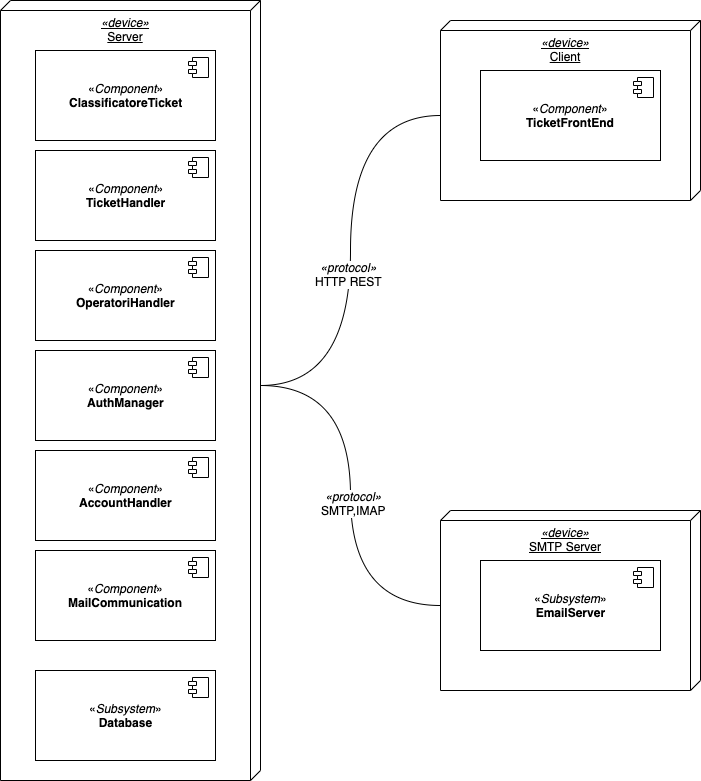
shxdow/aep keeps this draw.io diagram as docs/latex/images/deployment-diagram.png. Above is the earlier version. Source tidied: cells renumbered, new cells last; positions are measured from the earlier drawing's top-left corner, leaving out a move shared by most shapes. The source it was exported from:
```xml
<mxGraphModel>
  <root>
    <mxCell id="0" />
    <mxCell id="1" parent="0" />
    <mxCell id="2" style="edgeStyle=orthogonalEdgeStyle;jettySize=auto;html=1;entryX=0;entryY=0;entryDx=95;entryDy=260;entryPerimeter=0;curved=1;exitX=0;exitY=0;exitDx=385;exitDy=0;exitPerimeter=0;endArrow=none;endFill=0;" parent="1" edge="1" source="6" target="19">
      <mxGeometry relative="1" as="geometry" />
    </mxCell>
    <mxCell id="3" value="&lt;i&gt;«protocol»&lt;/i&gt;&lt;br&gt;HTTP REST" style="text;html=1;align=center;verticalAlign=middle;labelBackgroundColor=#ffffff;" parent="2" vertex="1">
      <mxGeometry x="-0.1" y="3" relative="1" as="geometry" />
    </mxCell>
    <mxCell id="4" style="edgeStyle=orthogonalEdgeStyle;curved=1;jettySize=auto;html=1;exitX=0;exitY=0;exitDx=385;exitDy=0;exitPerimeter=0;entryX=0;entryY=0;entryDx=95;entryDy=260;entryPerimeter=0;endArrow=none;endFill=0;" parent="1" edge="1" source="6" target="22">
      <mxGeometry relative="1" as="geometry" />
    </mxCell>
    <mxCell id="5" value="&lt;i&gt;«protocol»&lt;/i&gt;&lt;br&gt;SMTP,IMAP" style="text;html=1;align=center;verticalAlign=middle;labelBackgroundColor=#ffffff;" parent="4" vertex="1">
      <mxGeometry x="0.04" y="2" relative="1" as="geometry" />
    </mxCell>
    <mxCell id="6" value="&lt;i&gt;«device»&lt;/i&gt;&lt;br&gt;Server" style="verticalAlign=top;align=center;spacingTop=8;spacingLeft=2;spacingRight=12;shape=cube;size=10;direction=south;fontStyle=4;html=1;" parent="1" vertex="1">
      <mxGeometry width="260" height="780" as="geometry" />
    </mxCell>
    <mxCell id="7" value="«&lt;i&gt;Component&lt;/i&gt;»&lt;br&gt;&lt;b&gt;AuthManager&lt;/b&gt;" style="html=1;" parent="1" vertex="1">
      <mxGeometry x="35" y="350" width="180" height="90" as="geometry" />
    </mxCell>
    <mxCell id="8" style="shape=component;jettyWidth=8;jettyHeight=4;" parent="7" vertex="1">
      <mxGeometry x="1" width="20" height="20" relative="1" as="geometry">
        <mxPoint x="-27" y="7" as="offset" />
      </mxGeometry>
    </mxCell>
    <mxCell id="9" value="«&lt;i&gt;Component&lt;/i&gt;»&lt;br&gt;&lt;b&gt;TicketHandler&lt;/b&gt;" style="html=1;" parent="1" vertex="1">
      <mxGeometry x="35" y="150" width="180" height="90" as="geometry" />
    </mxCell>
    <mxCell id="10" style="shape=component;jettyWidth=8;jettyHeight=4;" parent="9" vertex="1">
      <mxGeometry x="1" width="20" height="20" relative="1" as="geometry">
        <mxPoint x="-27" y="7" as="offset" />
      </mxGeometry>
    </mxCell>
    <mxCell id="11" value="«&lt;i&gt;Component&lt;/i&gt;»&lt;br&gt;&lt;b&gt;OperatoriHandler&lt;/b&gt;" style="html=1;" parent="1" vertex="1">
      <mxGeometry x="35" y="250" width="180" height="90" as="geometry" />
    </mxCell>
    <mxCell id="12" style="shape=component;jettyWidth=8;jettyHeight=4;" parent="11" vertex="1">
      <mxGeometry x="1" width="20" height="20" relative="1" as="geometry">
        <mxPoint x="-27" y="7" as="offset" />
      </mxGeometry>
    </mxCell>
    <mxCell id="13" value="«&lt;i&gt;Component&lt;/i&gt;»&lt;br&gt;&lt;b&gt;AccountHandler&lt;/b&gt;" style="html=1;" parent="1" vertex="1">
      <mxGeometry x="35" y="450" width="180" height="90" as="geometry" />
    </mxCell>
    <mxCell id="14" style="shape=component;jettyWidth=8;jettyHeight=4;" parent="13" vertex="1">
      <mxGeometry x="1" width="20" height="20" relative="1" as="geometry">
        <mxPoint x="-27" y="7" as="offset" />
      </mxGeometry>
    </mxCell>
    <mxCell id="15" value="«&lt;i&gt;Component&lt;/i&gt;»&lt;br&gt;&lt;b&gt;ClassificatoreTicket&lt;/b&gt;" style="html=1;" parent="1" vertex="1">
      <mxGeometry x="35" y="50" width="180" height="90" as="geometry" />
    </mxCell>
    <mxCell id="16" style="shape=component;jettyWidth=8;jettyHeight=4;" parent="15" vertex="1">
      <mxGeometry x="1" width="20" height="20" relative="1" as="geometry">
        <mxPoint x="-27" y="7" as="offset" />
      </mxGeometry>
    </mxCell>
    <mxCell id="17" value="«&lt;i&gt;Component&lt;/i&gt;»&lt;br&gt;&lt;b&gt;MailCommunication&lt;/b&gt;" style="html=1;" parent="1" vertex="1">
      <mxGeometry x="35" y="550" width="180" height="90" as="geometry" />
    </mxCell>
    <mxCell id="18" style="shape=component;jettyWidth=8;jettyHeight=4;" parent="17" vertex="1">
      <mxGeometry x="1" width="20" height="20" relative="1" as="geometry">
        <mxPoint x="-27" y="7" as="offset" />
      </mxGeometry>
    </mxCell>
    <mxCell id="19" value="&lt;i&gt;«device»&lt;/i&gt;&lt;br&gt;Client" style="verticalAlign=top;align=center;spacingTop=8;spacingLeft=2;spacingRight=12;shape=cube;size=10;direction=south;fontStyle=4;html=1;" parent="1" vertex="1">
      <mxGeometry x="440" y="20" width="260" height="180" as="geometry" />
    </mxCell>
    <mxCell id="20" value="«&lt;i&gt;Component&lt;/i&gt;»&lt;br&gt;&lt;b&gt;TicketFrontEnd&lt;/b&gt;" style="html=1;" parent="1" vertex="1">
      <mxGeometry x="480" y="70" width="180" height="90" as="geometry" />
    </mxCell>
    <mxCell id="21" style="shape=component;jettyWidth=8;jettyHeight=4;" parent="20" vertex="1">
      <mxGeometry x="1" width="20" height="20" relative="1" as="geometry">
        <mxPoint x="-27" y="7" as="offset" />
      </mxGeometry>
    </mxCell>
    <mxCell id="22" value="&lt;i&gt;«device»&lt;/i&gt;&lt;br&gt;SMTP Server" style="verticalAlign=top;align=center;spacingTop=8;spacingLeft=2;spacingRight=12;shape=cube;size=10;direction=south;fontStyle=4;html=1;" parent="1" vertex="1">
      <mxGeometry x="440" y="510" width="260" height="180" as="geometry" />
    </mxCell>
    <mxCell id="23" value="«&lt;i&gt;Subsystem&lt;/i&gt;»&lt;br&gt;&lt;b&gt;EmailServer&lt;/b&gt;" style="html=1;" parent="1" vertex="1">
      <mxGeometry x="480" y="560" width="180" height="90" as="geometry" />
    </mxCell>
    <mxCell id="24" style="shape=component;jettyWidth=8;jettyHeight=4;" parent="23" vertex="1">
      <mxGeometry x="1" width="20" height="20" relative="1" as="geometry">
        <mxPoint x="-27" y="7" as="offset" />
      </mxGeometry>
    </mxCell>
    <mxCell id="25" value="«&lt;i&gt;Subsystem&lt;/i&gt;»&lt;br&gt;&lt;b&gt;Database&lt;/b&gt;" style="html=1;" parent="1" vertex="1">
      <mxGeometry x="35" y="670" width="180" height="90" as="geometry" />
    </mxCell>
    <mxCell id="26" style="shape=component;jettyWidth=8;jettyHeight=4;" parent="25" vertex="1">
      <mxGeometry x="1" width="20" height="20" relative="1" as="geometry">
        <mxPoint x="-27" y="7" as="offset" />
      </mxGeometry>
    </mxCell>
  </root>
</mxGraphModel>
```
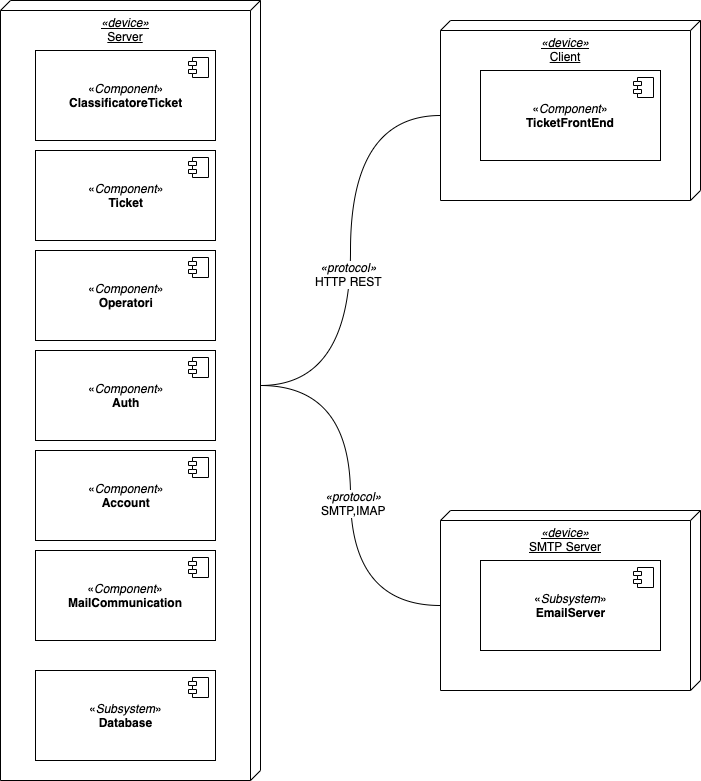
The same diagram one commit later.

What changed in the source:
```diff
@@ -17,7 +17,7 @@
     <mxCell id="6" value="&lt;i&gt;«device»&lt;/i&gt;&lt;br&gt;Server" style="verticalAlign=top;align=center;spacingTop=8;spacingLeft=2;spacingRight=12;shape=cube;size=10;direction=south;fontStyle=4;html=1;" parent="1" vertex="1">
       <mxGeometry width="260" height="780" as="geometry" />
     </mxCell>
-    <mxCell id="7" value="«&lt;i&gt;Component&lt;/i&gt;»&lt;br&gt;&lt;b&gt;AuthManager&lt;/b&gt;" style="html=1;" parent="1" vertex="1">
+    <mxCell id="7" value="«&lt;i&gt;Component&lt;/i&gt;»&lt;br&gt;&lt;b&gt;Auth&lt;/b&gt;" style="html=1;" parent="1" vertex="1">
       <mxGeometry x="35" y="350" width="180" height="90" as="geometry" />
     </mxCell>
     <mxCell id="8" style="shape=component;jettyWidth=8;jettyHeight=4;" parent="7" vertex="1">
@@ -25,7 +25,7 @@
         <mxPoint x="-27" y="7" as="offset" />
       </mxGeometry>
     </mxCell>
-    <mxCell id="9" value="«&lt;i&gt;Component&lt;/i&gt;»&lt;br&gt;&lt;b&gt;TicketHandler&lt;/b&gt;" style="html=1;" parent="1" vertex="1">
+    <mxCell id="9" value="«&lt;i&gt;Component&lt;/i&gt;»&lt;br&gt;&lt;b&gt;Ticket&lt;/b&gt;" style="html=1;" parent="1" vertex="1">
       <mxGeometry x="35" y="150" width="180" height="90" as="geometry" />
     </mxCell>
     <mxCell id="10" style="shape=component;jettyWidth=8;jettyHeight=4;" parent="9" vertex="1">
@@ -33,7 +33,7 @@
         <mxPoint x="-27" y="7" as="offset" />
       </mxGeometry>
     </mxCell>
-    <mxCell id="11" value="«&lt;i&gt;Component&lt;/i&gt;»&lt;br&gt;&lt;b&gt;OperatoriHandler&lt;/b&gt;" style="html=1;" parent="1" vertex="1">
+    <mxCell id="11" value="«&lt;i&gt;Component&lt;/i&gt;»&lt;br&gt;&lt;b&gt;Operatori&lt;/b&gt;" style="html=1;" parent="1" vertex="1">
       <mxGeometry x="35" y="250" width="180" height="90" as="geometry" />
     </mxCell>
     <mxCell id="12" style="shape=component;jettyWidth=8;jettyHeight=4;" parent="11" vertex="1">
@@ -41,7 +41,7 @@
         <mxPoint x="-27" y="7" as="offset" />
       </mxGeometry>
     </mxCell>
-    <mxCell id="13" value="«&lt;i&gt;Component&lt;/i&gt;»&lt;br&gt;&lt;b&gt;AccountHandler&lt;/b&gt;" style="html=1;" parent="1" vertex="1">
+    <mxCell id="13" value="«&lt;i&gt;Component&lt;/i&gt;»&lt;br&gt;&lt;b&gt;Account&lt;/b&gt;" style="html=1;" parent="1" vertex="1">
       <mxGeometry x="35" y="450" width="180" height="90" as="geometry" />
     </mxCell>
     <mxCell id="14" style="shape=component;jettyWidth=8;jettyHeight=4;" parent="13" vertex="1">
```
